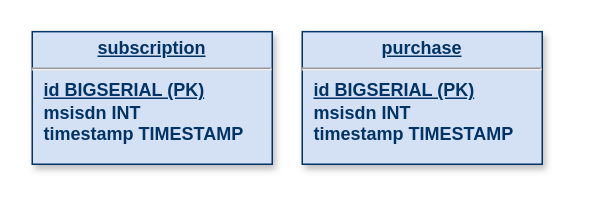
ruffe972/pub_sub keeps this draw.io diagram as schema.drawio. Above is the earlier version. Source tidied: cells renumbered, new cells numbered last; positions are measured from the earlier drawing's top-left corner, leaving out a move shared by most shapes. Both pictures are drawn from the tidied source at 150%, with x=0, y=0 at pixel (32, 32).
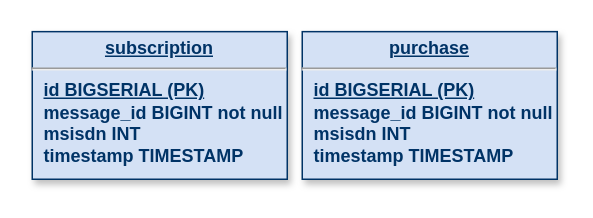
The same page after the edit.

Commit message (it also covers changes not shown here):
Update database schema diagram

The edit, as a diff of the source:
```diff
@@
 <mxGraphModel background="#ffffff">
   <root>
     <mxCell id="0" />
     <mxCell id="1" parent="0" />
-    <mxCell id="2" value="&lt;p style=&quot;margin: 0px ; margin-top: 4px ; text-align: center ; text-decoration: underline&quot;&gt;&lt;strong&gt;subscription&lt;/strong&gt;&lt;/p&gt;&lt;hr&gt;&lt;p style=&quot;margin: 0px ; margin-left: 8px&quot;&gt;&lt;u&gt;&lt;b&gt;id BIGSERIAL (PK)&lt;/b&gt;&lt;/u&gt;&lt;br&gt;&lt;/p&gt;&lt;p style=&quot;margin: 0px ; margin-left: 8px&quot;&gt;&lt;b&gt;msisdn INT&lt;/b&gt;&lt;br&gt;&lt;/p&gt;&lt;p style=&quot;margin: 0px ; margin-left: 8px&quot;&gt;&lt;b&gt;timestamp TIMESTAMP&lt;/b&gt;&lt;/p&gt;" style="verticalAlign=top;align=left;overflow=fill;fontSize=12;fontFamily=Helvetica;html=1;strokeColor=#003366;shadow=1;fillColor=#D4E1F5;fontColor=#003366;" parent="1" vertex="1">
-      <mxGeometry y="-0.4" width="160" height="88.4" as="geometry" />
+    <mxCell id="2" value="&lt;p style=&quot;margin: 0px ; margin-top: 4px ; text-align: center ; text-decoration: underline&quot;&gt;&lt;strong&gt;subscription&lt;/strong&gt;&lt;/p&gt;&lt;hr&gt;&lt;p style=&quot;margin: 0px ; margin-left: 8px&quot;&gt;&lt;u&gt;&lt;b&gt;id BIGSERIAL (PK)&lt;/b&gt;&lt;/u&gt;&lt;br&gt;&lt;/p&gt;&lt;p style=&quot;margin: 0px ; margin-left: 8px&quot;&gt;&lt;b&gt;message_id BIGINT not null&lt;br&gt;&lt;/b&gt;&lt;/p&gt;&lt;p style=&quot;margin: 0px ; margin-left: 8px&quot;&gt;&lt;b&gt;msisdn INT&lt;/b&gt;&lt;br&gt;&lt;/p&gt;&lt;p style=&quot;margin: 0px ; margin-left: 8px&quot;&gt;&lt;b&gt;timestamp TIMESTAMP&lt;/b&gt;&lt;/p&gt;" style="verticalAlign=top;align=left;overflow=fill;fontSize=12;fontFamily=Helvetica;html=1;strokeColor=#003366;shadow=1;fillColor=#D4E1F5;fontColor=#003366;" parent="1" vertex="1">
+      <mxGeometry y="-0.4" width="170" height="98.4" as="geometry" />
     </mxCell>
-    <mxCell id="3" value="&lt;p style=&quot;margin: 0px ; margin-top: 4px ; text-align: center ; text-decoration: underline&quot;&gt;&lt;strong&gt;purchase&lt;/strong&gt;&lt;/p&gt;&lt;hr&gt;&lt;p style=&quot;margin: 0px ; margin-left: 8px&quot;&gt;&lt;u&gt;&lt;b&gt;id BIGSERIAL (PK)&lt;/b&gt;&lt;/u&gt;&lt;br&gt;&lt;/p&gt;&lt;p style=&quot;margin: 0px ; margin-left: 8px&quot;&gt;&lt;b&gt;msisdn INT&lt;/b&gt;&lt;br&gt;&lt;/p&gt;&lt;p style=&quot;margin: 0px ; margin-left: 8px&quot;&gt;&lt;b&gt;timestamp TIMESTAMP&lt;/b&gt;&lt;/p&gt;" style="verticalAlign=top;align=left;overflow=fill;fontSize=12;fontFamily=Helvetica;html=1;strokeColor=#003366;shadow=1;fillColor=#D4E1F5;fontColor=#003366;" parent="1" vertex="1">
-      <mxGeometry x="180" y="-0.4" width="160" height="88.4" as="geometry" />
+    <mxCell id="3" value="&lt;p style=&quot;margin: 0px ; margin-top: 4px ; text-align: center ; text-decoration: underline&quot;&gt;&lt;strong&gt;purchase&lt;/strong&gt;&lt;/p&gt;&lt;hr&gt;&lt;p style=&quot;margin: 0px ; margin-left: 8px&quot;&gt;&lt;u&gt;&lt;b&gt;id BIGSERIAL (PK)&lt;/b&gt;&lt;/u&gt;&lt;br&gt;&lt;/p&gt;&lt;p style=&quot;margin: 0px ; margin-left: 8px&quot;&gt;&lt;b&gt;message_id BIGINT not null&lt;br&gt;&lt;/b&gt;&lt;/p&gt;&lt;p style=&quot;margin: 0px ; margin-left: 8px&quot;&gt;&lt;b&gt;msisdn INT&lt;/b&gt;&lt;br&gt;&lt;/p&gt;&lt;p style=&quot;margin: 0px ; margin-left: 8px&quot;&gt;&lt;b&gt;timestamp TIMESTAMP&lt;/b&gt;&lt;/p&gt;" style="verticalAlign=top;align=left;overflow=fill;fontSize=12;fontFamily=Helvetica;html=1;strokeColor=#003366;shadow=1;fillColor=#D4E1F5;fontColor=#003366;" parent="1" vertex="1">
+      <mxGeometry x="180" y="-0.4" width="170" height="98.4" as="geometry" />
     </mxCell>
   </root>
 </mxGraphModel>
```
